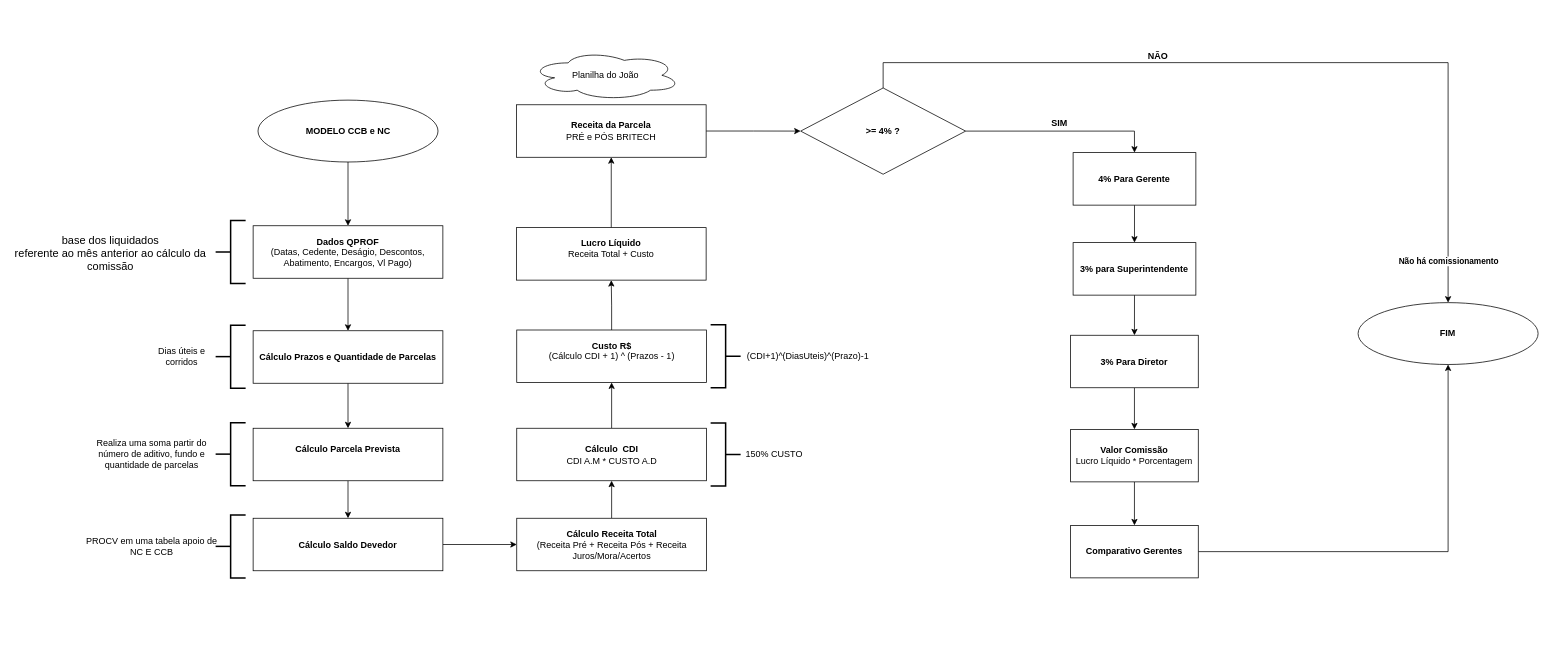
This is page "CCB E NC" (2 of 4) of FLUXOGRAMAS.drawio from henriquelima0/exercicios-fiap, a draw.io file, before an edit. Source tidied: cells renumbered, new cells numbered last; positions are measured from the earlier drawing's top-left corner, leaving out a move shared by most shapes. Both pictures are drawn from the tidied source at 75%, with x=0, y=0 at pixel (13, 50).
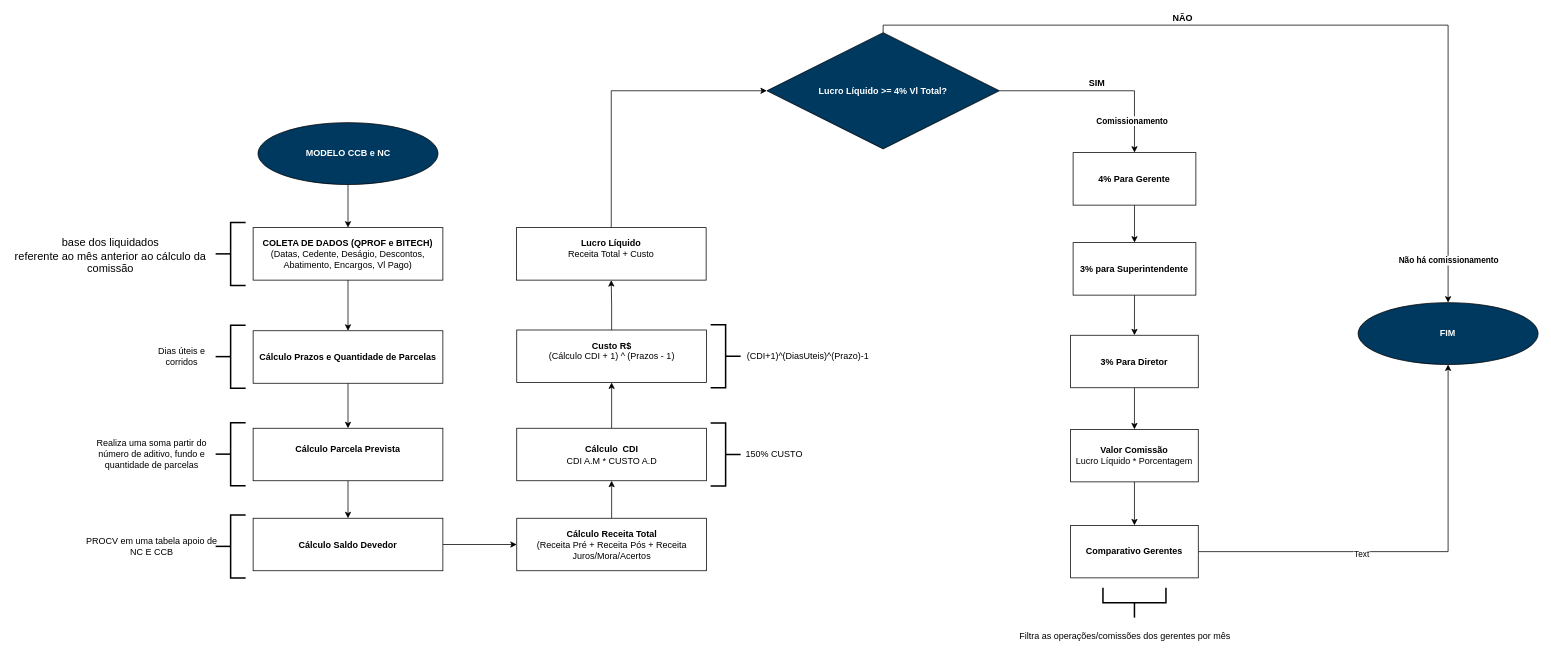
Above is the later version.

The change refers to these unchanged cells:
```xml
<mxCell id="11" value="&lt;b&gt;Cálculo Prazos e Quantidade de Parcelas&lt;/b&gt;" style="rounded=0;whiteSpace=wrap;html=1;" parent="1" vertex="1">
  <mxGeometry x="320" y="373.5" width="253" height="70" as="geometry" />
</mxCell>
<mxCell id="27" style="edgeStyle=orthogonalEdgeStyle;rounded=0;jettySize=auto;html=1;exitX=1;exitY=0.5;exitDx=0;exitDy=0;entryX=0.5;entryY=0;entryDx=0;entryDy=0;" parent="1" edge="1" source="29" target="38">
  <mxGeometry relative="1" as="geometry" />
</mxCell>
<mxCell id="31" value="&lt;b&gt;Lucro Líquido&lt;br&gt;&lt;/b&gt;Receita Total + Custo&lt;div&gt;&lt;br&gt;&lt;/div&gt;" style="rounded=0;whiteSpace=wrap;html=1;" parent="1" vertex="1">
  <mxGeometry x="671" y="236" width="253" height="70" as="geometry" />
</mxCell>
<mxCell id="45" style="edgeStyle=orthogonalEdgeStyle;rounded=0;jettySize=auto;html=1;entryX=0.5;entryY=1;entryDx=0;entryDy=0;" parent="1" edge="1" source="46" target="36">
  <mxGeometry relative="1" as="geometry" />
</mxCell>
```

The edit, as a diff of the source:
```diff
@@
-    <mxCell id="2" style="strokeWidth=2;html=1;shape=mxgraph.flowchart.annotation_2;align=left;labelPosition=right;" parent="1" vertex="1">
+    <mxCell id="2" style="strokeWidth=2;html=1;shape=mxgraph.flowchart.annotation_2;align=left;labelPosition=right;fillColor=#003960;" parent="1" vertex="1">
       <mxGeometry x="270" y="366" width="40" height="84" as="geometry" />
     </mxCell>
@@
-    <mxCell id="4" style="strokeWidth=2;html=1;shape=mxgraph.flowchart.annotation_2;align=left;labelPosition=right;" parent="1" vertex="1">
+    <mxCell id="4" style="strokeWidth=2;html=1;shape=mxgraph.flowchart.annotation_2;align=left;labelPosition=right;fillColor=#003960;" parent="1" vertex="1">
       <mxGeometry x="270" y="496" width="40" height="84" as="geometry" />
     </mxCell>
@@
-    <mxCell id="6" style="strokeWidth=2;html=1;shape=mxgraph.flowchart.annotation_2;align=left;labelPosition=right;" parent="1" vertex="1">
+    <mxCell id="6" style="strokeWidth=2;html=1;shape=mxgraph.flowchart.annotation_2;align=left;labelPosition=right;fillColor=#003960;" parent="1" vertex="1">
       <mxGeometry x="270" y="619" width="40" height="84" as="geometry" />
     </mxCell>
@@
-    <mxCell id="8" style="edgeStyle=orthogonalEdgeStyle;rounded=0;jettySize=auto;html=1;exitX=0.5;exitY=1;exitDx=0;exitDy=0;entryX=0.5;entryY=0;entryDx=0;entryDy=0;" parent="1" edge="1" source="9" target="11">
-      <mxGeometry relative="1" as="geometry" />
-    </mxCell>
-    <mxCell id="9" value="&lt;b&gt;Dados QPROF&lt;/b&gt;&lt;br&gt;(Datas, Cedente, Deságio, Descontos, Abatimento, Encargos, Vl Pago)" style="rounded=0;whiteSpace=wrap;html=1;" parent="1" vertex="1">
-      <mxGeometry x="320" y="233.5" width="253" height="70" as="geometry" />
+    <mxCell id="9" value="&lt;b&gt;COLETA DE DADOS (QPROF e BITECH)&lt;/b&gt;&lt;br&gt;(Datas, Cedente, Deságio, Descontos, Abatimento, Encargos, Vl Pago)" style="rounded=0;whiteSpace=wrap;html=1;" parent="1" vertex="1">
+      <mxGeometry x="320" y="236" width="253" height="70" as="geometry" />
     </mxCell>
@@
-    <mxCell id="21" value="&lt;b&gt;MODELO CCB e NC&lt;/b&gt;" style="ellipse;whiteSpace=wrap;html=1;" parent="1" vertex="1">
-      <mxGeometry x="326.5" y="66" width="240" height="82.5" as="geometry" />
+    <mxCell id="21" value="&lt;b&gt;&lt;font color=&quot;#ffffff&quot;&gt;MODELO CCB e NC&lt;/font&gt;&lt;/b&gt;" style="ellipse;whiteSpace=wrap;html=1;fillColor=#003960;" parent="1" vertex="1">
+      <mxGeometry x="326.5" y="96" width="240" height="82.5" as="geometry" />
     </mxCell>
@@
     <mxCell id="24" style="edgeStyle=orthogonalEdgeStyle;rounded=0;jettySize=auto;html=1;entryX=0.5;entryY=0;entryDx=0;entryDy=0;exitX=0.5;exitY=0;exitDx=0;exitDy=0;" parent="1" edge="1" source="29" target="36">
       <mxGeometry relative="1" as="geometry">
         <Array as="points">
-          <mxPoint x="1160" y="16" />
-          <mxPoint x="1913" y="16" />
+          <mxPoint x="1160" y="-34" />
+          <mxPoint x="1913" y="-34" />
         </Array>
       </mxGeometry>
     </mxCell>
@@
+    <mxCell id="52" value="&lt;b&gt;Comissionamento&lt;/b&gt;" style="edgeLabel;html=1;align=center;verticalAlign=middle;" parent="27" vertex="1">
+      <mxGeometry x="0.67" y="-4" relative="1" as="geometry">
+        <mxPoint y="1" as="offset" />
+      </mxGeometry>
+    </mxCell>
-    <mxCell id="29" value="&lt;b&gt;&amp;gt;= 4% ?&lt;/b&gt;" style="rhombus;whiteSpace=wrap;html=1;" parent="1" vertex="1">
-      <mxGeometry x="1050" y="49.8" width="220" height="115" as="geometry" />
+    <mxCell id="29" value="&lt;font color=&quot;#ffffff&quot;&gt;&lt;b&gt;Lucro Líquido &amp;gt;= 4% Vl Total?&lt;/b&gt;&lt;/font&gt;" style="rhombus;whiteSpace=wrap;html=1;fillColor=#003960;" parent="1" vertex="1">
+      <mxGeometry x="1005" y="-24" width="310" height="155" as="geometry" />
     </mxCell>
-    <mxCell id="30" style="edgeStyle=orthogonalEdgeStyle;rounded=0;jettySize=auto;html=1;entryX=0.5;entryY=1;entryDx=0;entryDy=0;" parent="1" edge="1" source="31" target="50">
-      <mxGeometry relative="1" as="geometry" />
-    </mxCell>
+    <mxCell id="53" style="edgeStyle=orthogonalEdgeStyle;rounded=0;jettySize=auto;html=1;entryX=0;entryY=0.5;entryDx=0;entryDy=0;exitX=0.5;exitY=0;exitDx=0;exitDy=0;" parent="1" edge="1" source="31" target="29">
+      <mxGeometry relative="1" as="geometry" />
+    </mxCell>
@@
-    <mxCell id="32" style="strokeWidth=2;html=1;shape=mxgraph.flowchart.annotation_2;align=left;labelPosition=right;direction=west;" parent="1" vertex="1">
+    <mxCell id="32" style="strokeWidth=2;html=1;shape=mxgraph.flowchart.annotation_2;align=left;labelPosition=right;direction=west;fillColor=#003960;" parent="1" vertex="1">
       <mxGeometry x="930" y="496.5" width="40" height="84" as="geometry" />
     </mxCell>
@@
-    <mxCell id="34" style="strokeWidth=2;html=1;shape=mxgraph.flowchart.annotation_2;align=left;labelPosition=right;direction=west;" parent="1" vertex="1">
+    <mxCell id="34" style="strokeWidth=2;html=1;shape=mxgraph.flowchart.annotation_2;align=left;labelPosition=right;direction=west;fillColor=#003960;" parent="1" vertex="1">
       <mxGeometry x="930" y="365.5" width="40" height="84" as="geometry" />
     </mxCell>
@@
-    <mxCell id="36" value="&lt;b&gt;FIM&lt;/b&gt;" style="ellipse;whiteSpace=wrap;html=1;" parent="1" vertex="1">
+    <mxCell id="36" value="&lt;b&gt;&lt;font color=&quot;#ffffff&quot;&gt;FIM&lt;/font&gt;&lt;/b&gt;" style="ellipse;whiteSpace=wrap;html=1;fillColor=#003960;" parent="1" vertex="1">
       <mxGeometry x="1793.3" y="336" width="240" height="82.5" as="geometry" />
     </mxCell>
@@
+    <mxCell id="54" value="Text" style="edgeLabel;html=1;align=center;verticalAlign=middle;" parent="45" vertex="1">
+      <mxGeometry x="-0.26" y="-2" relative="1" as="geometry">
+        <mxPoint x="1" as="offset" />
+      </mxGeometry>
+    </mxCell>
@@
-    <mxCell id="47" style="strokeWidth=2;html=1;shape=mxgraph.flowchart.annotation_2;align=left;labelPosition=right;" parent="1" vertex="1">
-      <mxGeometry x="270" y="226.5" width="40" height="84" as="geometry" />
+    <mxCell id="47" style="strokeWidth=2;html=1;shape=mxgraph.flowchart.annotation_2;align=left;labelPosition=right;fillColor=#003960;" parent="1" vertex="1">
+      <mxGeometry x="270" y="229" width="40" height="84" as="geometry" />
     </mxCell>
     <mxCell id="48" value="&lt;span style=&quot;font-size: 14.6667px;&quot;&gt;base dos liquidados&lt;/span&gt;&lt;br style=&quot;font-size: 14.6667px;&quot;&gt;&lt;span style=&quot;font-size: 14.6667px;&quot;&gt;referente ao mês anterior ao cálculo da comissão&lt;/span&gt;" style="text;html=1;align=center;verticalAlign=middle;whiteSpace=wrap;rounded=0;" parent="1" vertex="1">
-      <mxGeometry y="253" width="260" height="36" as="geometry" />
+      <mxGeometry y="255.5" width="260" height="36" as="geometry" />
     </mxCell>
-    <mxCell id="49" style="edgeStyle=orthogonalEdgeStyle;rounded=0;jettySize=auto;html=1;entryX=0;entryY=0.5;entryDx=0;entryDy=0;" parent="1" edge="1" source="50" target="29">
-      <mxGeometry relative="1" as="geometry" />
-    </mxCell>
-    <mxCell id="50" value="&lt;b&gt;Receita da Parcela&lt;/b&gt;&lt;br&gt;PRÉ e PÓS BRITECH" style="rounded=0;whiteSpace=wrap;html=1;" parent="1" vertex="1">
-      <mxGeometry x="671" y="72.2" width="253" height="70" as="geometry" />
-    </mxCell>
-    <mxCell id="51" value="Planilha do João" style="ellipse;shape=cloud;whiteSpace=wrap;html=1;" parent="1" vertex="1">
-      <mxGeometry x="690" y="-0.2" width="200" height="66.2" as="geometry" />
-    </mxCell>
+    <mxCell id="55" value="&lt;h1 style=&quot;margin-top: 0px;&quot;&gt;&lt;span style=&quot;font-size: 12px; font-weight: 400;&quot;&gt;Filtra as operações/comissões dos gerentes por mês&lt;/span&gt;&lt;/h1&gt;" style="text;html=1;whiteSpace=wrap;overflow=hidden;rounded=0;" parent="1" vertex="1">
+      <mxGeometry x="1340" y="756" width="340" height="50" as="geometry" />
+    </mxCell>
+    <mxCell id="8" style="edgeStyle=orthogonalEdgeStyle;rounded=0;jettySize=auto;html=1;exitX=0.5;exitY=1;exitDx=0;exitDy=0;entryX=0.5;entryY=0;entryDx=0;entryDy=0;" parent="1" edge="1" source="9" target="11">
+      <mxGeometry relative="1" as="geometry" />
+    </mxCell>
+    <mxCell id="56" style="strokeWidth=2;html=1;shape=mxgraph.flowchart.annotation_2;align=left;labelPosition=right;direction=west;fillColor=#003960;rotation=90;" parent="1" vertex="1">
+      <mxGeometry x="1475.1" y="694" width="40" height="84" as="geometry" />
+    </mxCell>
```
